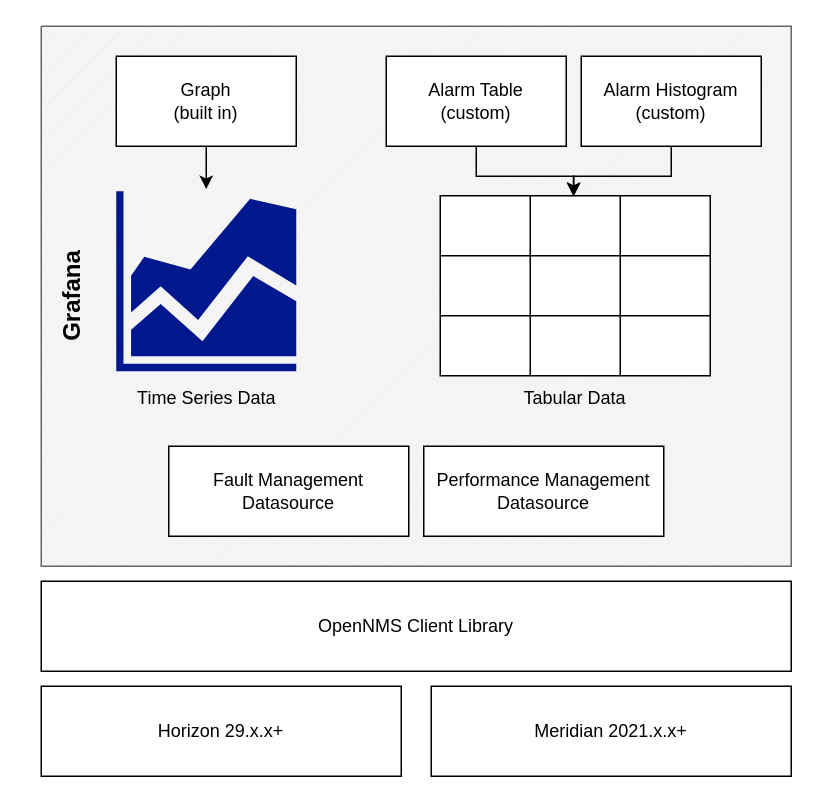
Earlier version of the draw.io diagram docs/modules/about/assets/images/data-architecture.drawio (OpenNMS/grafana-plugin). Source tidied: cells renumbered, new cells numbered last; positions are measured from the earlier drawing's top-left corner, leaving out a move shared by most shapes. Both pictures are drawn from the tidied source at 150%, with x=0, y=0 at pixel (26, 26).
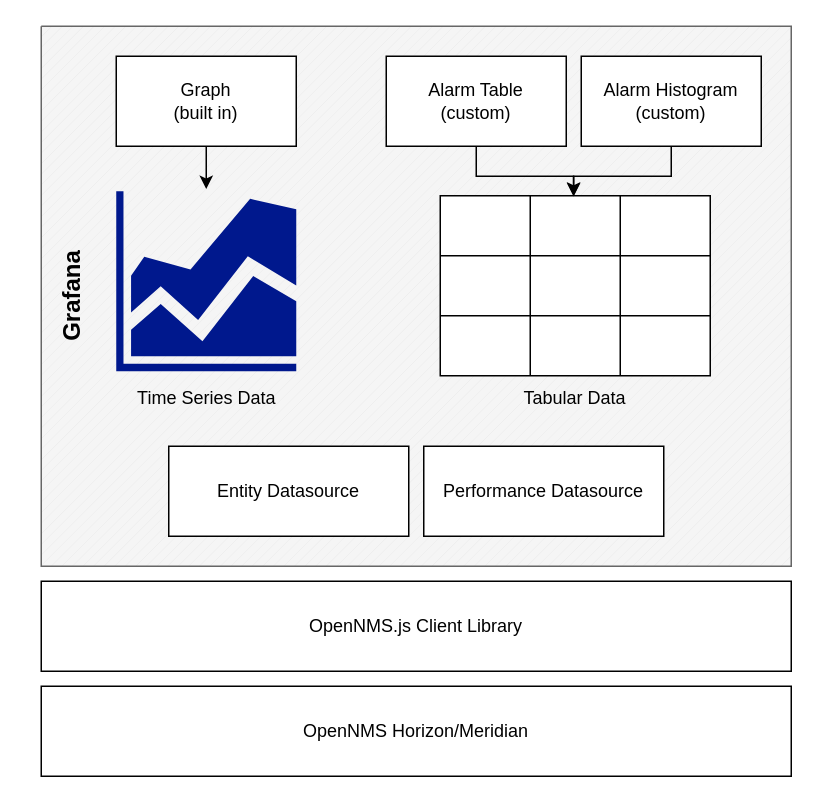
The same diagram, later.

Diff of the diagram source:
```diff
@@
-    <mxCell id="25" value="Performance Management Datasource" style="rounded=0;whiteSpace=wrap;html=1;fontSize=12;" parent="1" vertex="1">
+    <mxCell id="25" value="Performance Datasource" style="rounded=0;whiteSpace=wrap;html=1;fontSize=12;" parent="1" vertex="1">
       <mxGeometry x="265" y="280" width="160" height="60" as="geometry" />
     </mxCell>
-    <mxCell id="26" value="Fault Management Datasource" style="rounded=0;whiteSpace=wrap;html=1;fontSize=12;" parent="1" vertex="1">
+    <mxCell id="26" value="Entity Datasource" style="rounded=0;whiteSpace=wrap;html=1;fontSize=12;" parent="1" vertex="1">
       <mxGeometry x="95" y="280" width="160" height="60" as="geometry" />
     </mxCell>
-    <mxCell id="27" value="OpenNMS Client Library" style="rounded=0;whiteSpace=wrap;html=1;fontSize=12;" parent="1" vertex="1">
+    <mxCell id="27" value="OpenNMS.js Client Library" style="rounded=0;whiteSpace=wrap;html=1;fontSize=12;" parent="1" vertex="1">
       <mxGeometry x="10" y="370" width="500" height="60" as="geometry" />
     </mxCell>
-    <mxCell id="28" value="Horizon 29.x.x+" style="rounded=0;whiteSpace=wrap;html=1;fontSize=12;" parent="1" vertex="1">
-      <mxGeometry x="10" y="440" width="240" height="60" as="geometry" />
-    </mxCell>
-    <mxCell id="29" value="Meridian 2021.x.x+" style="rounded=0;whiteSpace=wrap;html=1;fontSize=12;" parent="1" vertex="1">
-      <mxGeometry x="270" y="440" width="240" height="60" as="geometry" />
-    </mxCell>
+    <mxCell id="30" value="OpenNMS Horizon/Meridian" style="rounded=0;whiteSpace=wrap;html=1;fontSize=12;" parent="1" vertex="1">
+      <mxGeometry x="10" y="440" width="500" height="60" as="geometry" />
+    </mxCell>
```
